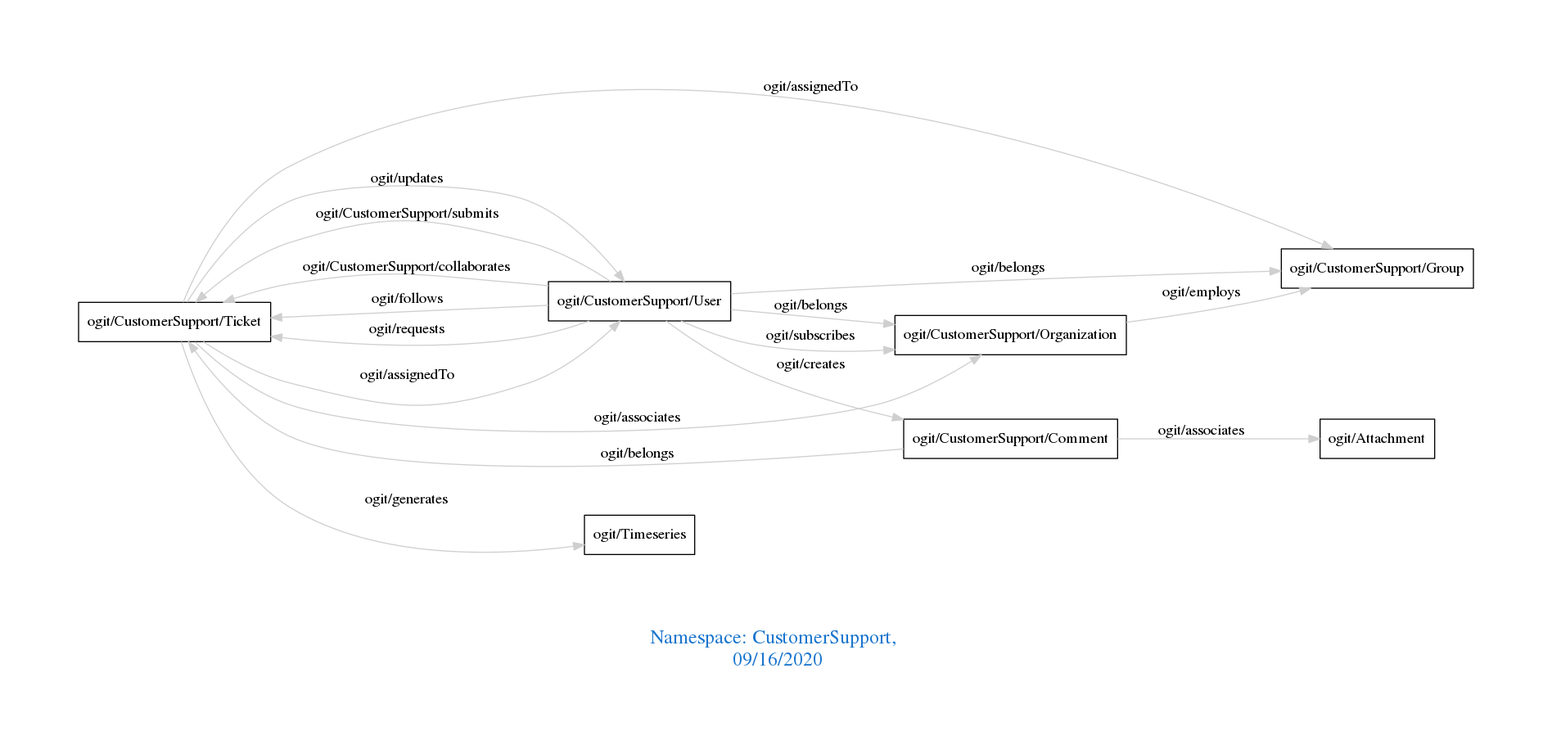
Above: downloads/CustomerSupport.png in arago/OGIT (Graphviz), before the change. Its source is kept beside it as downloads/CustomerSupport.dot.
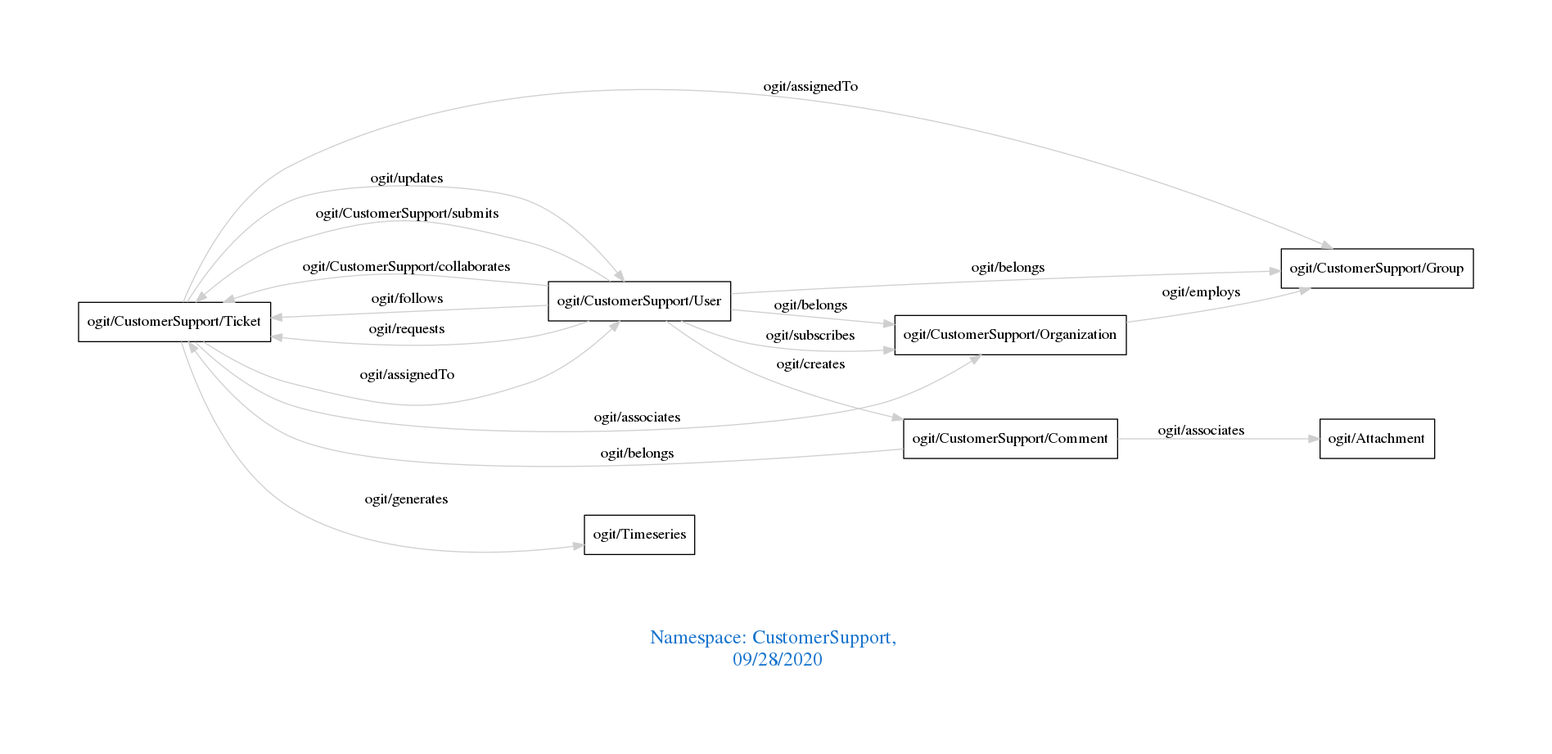
After the change.

The edit, as a diff of the source:
```diff
@@ -1,7 +1,7 @@
 digraph OGIT_ontology {
  graph [ rankdir= LR,pad=1
 fontsize = 18,
-fontcolor= dodgerblue3,label = "\n\n\nNamespace: CustomerSupport, \n 09/16/2020"];
+fontcolor= dodgerblue3,label = "\n\n\nNamespace: CustomerSupport, \n 09/28/2020"];
 node[shape=polygon];
 edge [  color="gray81"];
 
```
